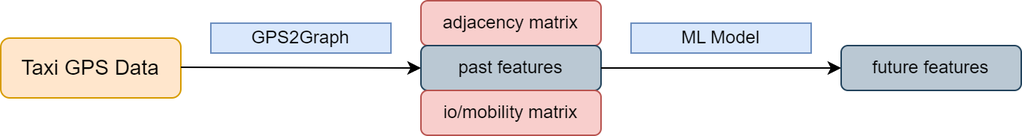
Before: imgs/ttb_pipeline.png, a diagram exported from draw.io (zachysun/Taxi_Traffic_Benchmark). Source tidied: cells renumbered, new cells last; positions are measured from the earlier drawing's top-left corner, leaving out a move shared by most shapes.
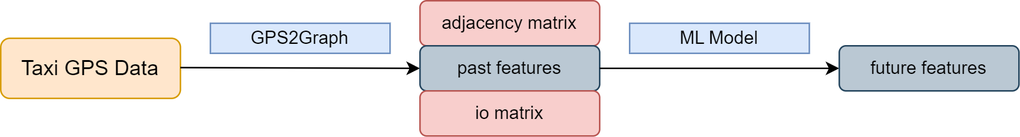
After the commit.

Diff of the diagram source:
```diff
@@ -20,7 +20,7 @@
     <mxCell id="6" value="past features" style="rounded=1;whiteSpace=wrap;html=1;fillColor=#bac8d3;strokeColor=#23445d;" parent="1" vertex="1">
       <mxGeometry x="280" y="30" width="120" height="30" as="geometry" />
     </mxCell>
-    <mxCell id="7" value="io/mobility matrix" style="rounded=1;whiteSpace=wrap;html=1;fillColor=#f8cecc;strokeColor=#b85450;" parent="1" vertex="1">
+    <mxCell id="7" value="io matrix" style="rounded=1;whiteSpace=wrap;html=1;fillColor=#f8cecc;strokeColor=#b85450;" parent="1" vertex="1">
       <mxGeometry x="280" y="60" width="120" height="30" as="geometry" />
     </mxCell>
     <mxCell id="8" style="endArrow=classic;html=1;rounded=0;exitX=1;exitY=0.5;exitDx=0;exitDy=0;" parent="1" edge="1" source="6">
```
